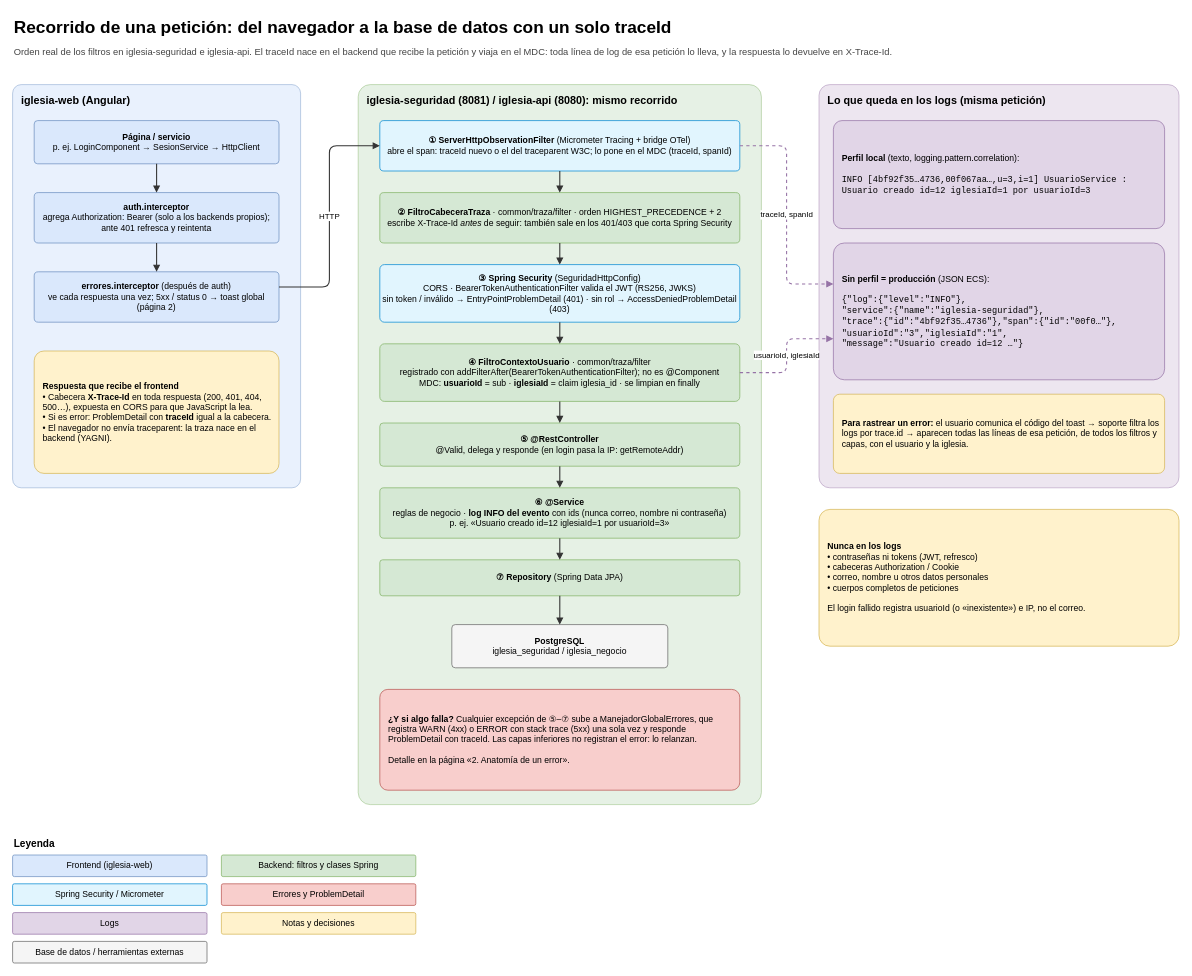
Earlier version of the draw.io diagram page "1. Recorrido de una petición" (1 of 4) of diagramas/spec-03-documentacion-openapi-y-trazabilidad.drawio (jeyson1802/sistema-iglesia). Source tidied: cells renumbered, new cells numbered last; positions are measured from the earlier drawing's top-left corner, leaving out a move shared by most shapes. Both pictures are drawn from the tidied source at 72%, with x=0, y=0 at pixel (12, 12).
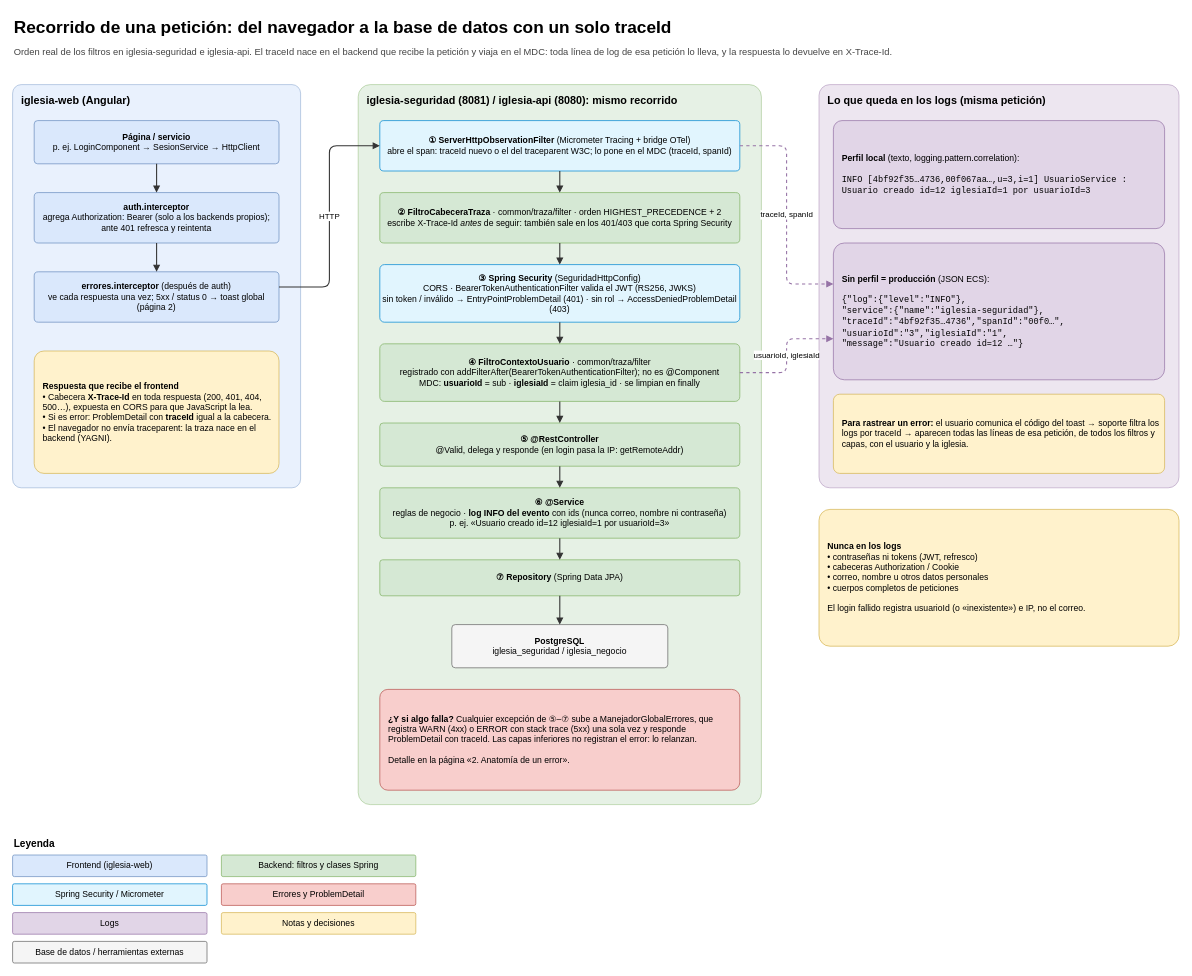
The same page after the edit.

Commit message (it also covers changes not shown here):
Actualiza la etiqueta OpenAPI de JwksController a "Infraestructura" y mejora la descripción. Corrige la documentación sobre el formato de logs JSON y la estructura de la colección de Postman.

Diff of the diagram source:
```diff
@@
-    <mxCell id="31" value="&lt;b&gt;Sin perfil = producción&lt;/b&gt; (JSON ECS):&lt;br&gt;&lt;br&gt;&lt;font face=&quot;Courier New&quot;&gt;{&quot;log&quot;:{&quot;level&quot;:&quot;INFO&quot;},&lt;br&gt;&quot;service&quot;:{&quot;name&quot;:&quot;iglesia-seguridad&quot;},&lt;br&gt;&quot;trace&quot;:{&quot;id&quot;:&quot;4bf92f35…4736&quot;},&quot;span&quot;:{&quot;id&quot;:&quot;00f0…&quot;},&lt;br&gt;&quot;usuarioId&quot;:&quot;3&quot;,&quot;iglesiaId&quot;:&quot;1&quot;,&lt;br&gt;&quot;message&quot;:&quot;Usuario creado id=12 …&quot;}&lt;/font&gt;" style="rounded=1;whiteSpace=wrap;html=1;fillColor=#e1d5e7;strokeColor=#9673a6;arcSize=8;fontSize=12;align=left;spacingLeft=10;" parent="1" vertex="1">
+    <mxCell id="31" value="&lt;b&gt;Sin perfil = producción&lt;/b&gt; (JSON ECS):&lt;br&gt;&lt;br&gt;&lt;font face=&quot;Courier New&quot;&gt;{&quot;log&quot;:{&quot;level&quot;:&quot;INFO&quot;},&lt;br&gt;&quot;service&quot;:{&quot;name&quot;:&quot;iglesia-seguridad&quot;},&lt;br&gt;&quot;traceId&quot;:&quot;4bf92f35…4736&quot;,&quot;spanId&quot;:&quot;00f0…&quot;,&lt;br&gt;&quot;usuarioId&quot;:&quot;3&quot;,&quot;iglesiaId&quot;:&quot;1&quot;,&lt;br&gt;&quot;message&quot;:&quot;Usuario creado id=12 …&quot;}&lt;/font&gt;" style="rounded=1;whiteSpace=wrap;html=1;fillColor=#e1d5e7;strokeColor=#9673a6;arcSize=8;fontSize=12;align=left;spacingLeft=10;" parent="1" vertex="1">
       <mxGeometry x="1140" y="320" width="460" height="190" as="geometry" />
     </mxCell>
-    <mxCell id="32" value="&lt;b&gt;Para rastrear un error:&lt;/b&gt; el usuario comunica el código del toast → soporte filtra los logs por trace.id → aparecen todas las líneas de esa petición, de todos los filtros y capas, con el usuario y la iglesia." style="rounded=1;whiteSpace=wrap;html=1;fillColor=#fff2cc;strokeColor=#d6b656;arcSize=8;fontSize=12;align=left;spacingLeft=10;" parent="1" vertex="1">
+    <mxCell id="32" value="&lt;b&gt;Para rastrear un error:&lt;/b&gt; el usuario comunica el código del toast → soporte filtra los logs por traceId → aparecen todas las líneas de esa petición, de todos los filtros y capas, con el usuario y la iglesia." style="rounded=1;whiteSpace=wrap;html=1;fillColor=#fff2cc;strokeColor=#d6b656;arcSize=8;fontSize=12;align=left;spacingLeft=10;" parent="1" vertex="1">
       <mxGeometry x="1140" y="530" width="460" height="110" as="geometry" />
     </mxCell>
```
